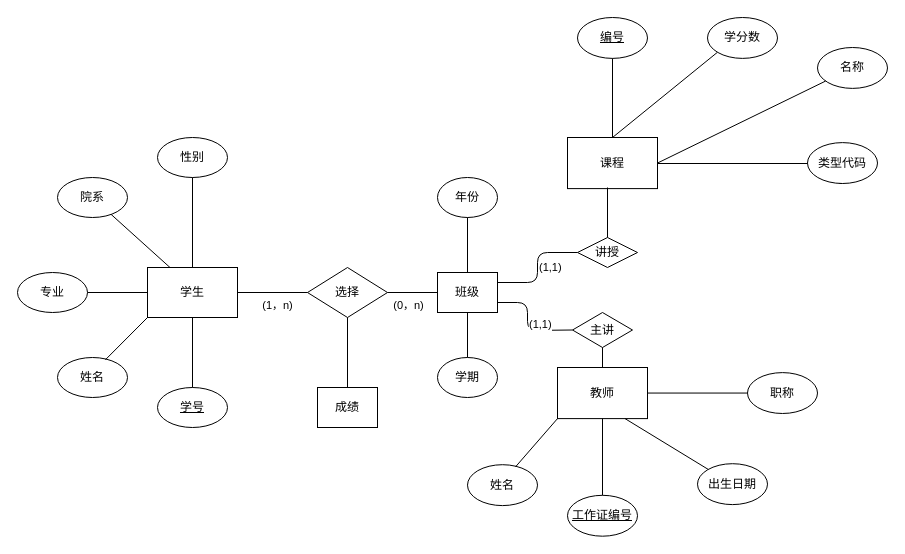
This is Untitled Diagram.drawio from Heuingmin/UML, a draw.io file, before an edit. Source tidied: cells renumbered, new cells numbered last; positions are measured from the earlier drawing's top-left corner, leaving out a move shared by most shapes. Both pictures are drawn from the tidied source at 100%, with x=0, y=0 at pixel (17, 17).
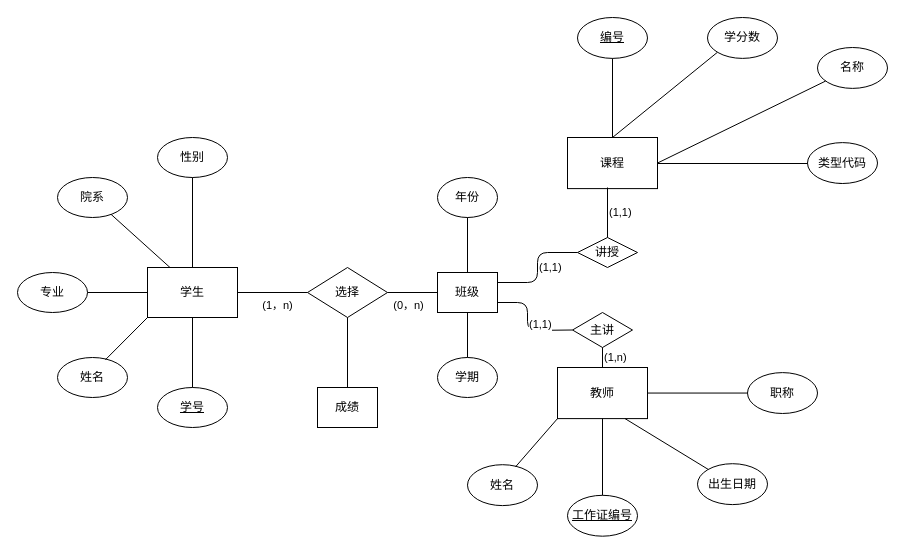
The same diagram, later.

Commit message:
数据库第一题 完稿

The change refers to these unchanged cells:
```xml
<mxCell id="19" value="&lt;p&gt;教师&lt;/p&gt;" style="rounded=0;whiteSpace=wrap;html=1;rotation=0;direction=east;" parent="18" vertex="1">
  <mxGeometry x="90" width="90" height="51.1" as="geometry" />
</mxCell>
<mxCell id="34" value="主讲" style="rhombus;whiteSpace=wrap;html=1;rounded=0;sketch=0;" parent="1" vertex="1">
  <mxGeometry x="555" y="295" width="60" height="35" as="geometry" />
</mxCell>
<mxCell id="38" value="讲授" style="rhombus;whiteSpace=wrap;html=1;rounded=0;sketch=0;" parent="1" vertex="1">
  <mxGeometry x="560" y="220" width="60" height="30" as="geometry" />
</mxCell>
```

The edit, as a diff of the source:
```diff
@@
-    <mxCell id="36" style="endArrow=none;html=1;align=left;entryX=0.5;entryY=1;entryDx=0;entryDy=0;exitX=0.5;exitY=0;exitDx=0;exitDy=0;" parent="1" edge="1" source="19" target="34">
+    <mxCell id="36" value="(1,n)" style="endArrow=none;html=1;align=left;entryX=0.5;entryY=1;entryDx=0;entryDy=0;exitX=0.5;exitY=0;exitDx=0;exitDy=0;" parent="1" edge="1" source="19" target="34">
       <mxGeometry relative="1" as="geometry" />
     </mxCell>
@@
-    <mxCell id="50" style="endArrow=none;html=1;align=left;exitX=0.5;exitY=0;exitDx=0;exitDy=0;" parent="1" edge="1" source="38">
+    <mxCell id="50" value="(1,1)" style="endArrow=none;html=1;align=left;exitX=0.5;exitY=0;exitDx=0;exitDy=0;" parent="1" edge="1" source="38">
       <mxGeometry relative="1" as="geometry">
         <mxPoint x="590" y="170" as="targetPoint" />
       </mxGeometry>
     </mxCell>
```
